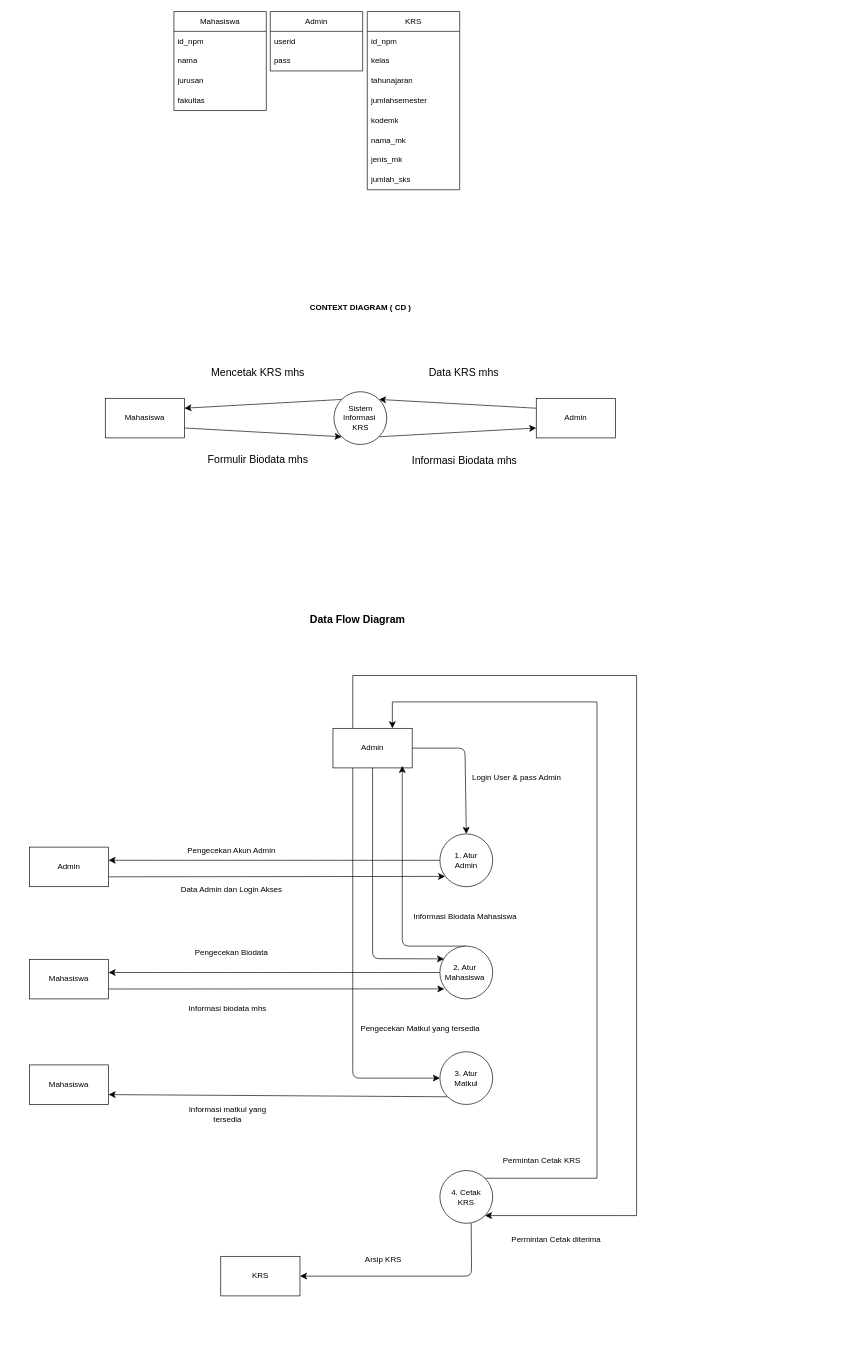
Above: page "Page-1" (1 of 2) of SDB2_Pert1.drawio in Xnaizer/Xnaizer (draw.io), before the change. Source tidied: cells renumbered, new cells numbered last; positions are measured from the earlier drawing's top-left corner, leaving out a move shared by most shapes. Both pictures are drawn from the tidied source at 66%, with x=0, y=0 at pixel (29, 11).
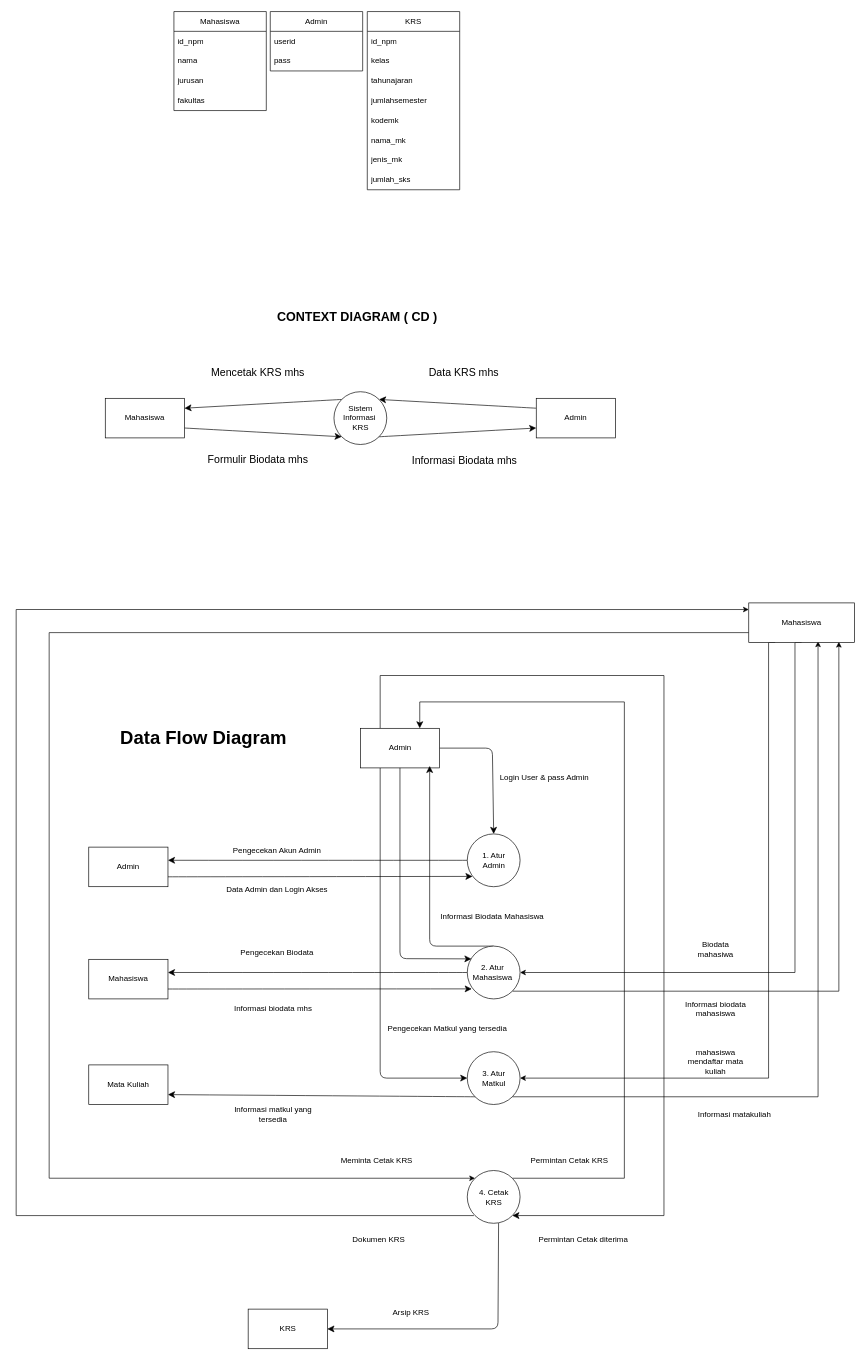
Above is the later version.

The edit, as a diff of the source:
```diff
@@
-    <mxCell id="30" value="&lt;b&gt;CONTEXT DIAGRAM ( CD )&lt;/b&gt;" style="text;html=1;align=center;verticalAlign=middle;whiteSpace=wrap;rounded=0;" parent="1" vertex="1">
-      <mxGeometry x="359.5" y="400" width="284" height="95" as="geometry" />
+    <mxCell id="30" value="&lt;b&gt;CONTEXT DIAGRAM ( CD )&lt;/b&gt;" style="text;html=1;align=center;verticalAlign=middle;whiteSpace=wrap;rounded=0;fontSize=19;" parent="1" vertex="1">
+      <mxGeometry x="354.8" y="416" width="284" height="95" as="geometry" />
     </mxCell>
-    <mxCell id="31" value="&lt;b&gt;Data Flow Diagram&lt;/b&gt;" style="text;strokeColor=none;fillColor=none;html=1;align=center;verticalAlign=middle;whiteSpace=wrap;rounded=0;fontSize=16;" parent="1" vertex="1">
-      <mxGeometry x="392.5" y="906" width="208.5" height="30" as="geometry" />
+    <mxCell id="31" value="&lt;b&gt;Data Flow Diagram&lt;/b&gt;" style="text;strokeColor=none;fillColor=none;html=1;align=center;verticalAlign=middle;whiteSpace=wrap;rounded=0;fontSize=28;" parent="1" vertex="1">
+      <mxGeometry x="110" y="1086" width="307.5" height="30" as="geometry" />
     </mxCell>
     <mxCell id="32" style="edgeStyle=none;curved=0;rounded=1;jettySize=auto;html=1;fontSize=12;startSize=8;endSize=8;entryX=0.5;entryY=0;entryDx=0;entryDy=0;" parent="1" edge="1" source="35" target="37">
       <mxGeometry relative="1" as="geometry">
         <Array as="points">
-          <mxPoint x="660" y="1116" />
+          <mxPoint x="701.5" y="1116" />
         </Array>
       </mxGeometry>
     </mxCell>
     <mxCell id="33" style="edgeStyle=none;curved=0;rounded=1;jettySize=auto;html=1;exitX=0.25;exitY=1;exitDx=0;exitDy=0;entryX=0;entryY=0.5;entryDx=0;entryDy=0;fontSize=12;startSize=8;endSize=8;" parent="1" edge="1" source="35" target="54">
       <mxGeometry relative="1" as="geometry">
         <Array as="points">
-          <mxPoint x="490" y="1616" />
+          <mxPoint x="531.5" y="1616" />
         </Array>
       </mxGeometry>
     </mxCell>
     <mxCell id="34" style="edgeStyle=orthogonalEdgeStyle;rounded=0;jettySize=auto;html=1;exitX=0.25;exitY=0;exitDx=0;exitDy=0;entryX=1;entryY=1;entryDx=0;entryDy=0;fontSize=12;startSize=8;endSize=8;" parent="1" edge="1" source="35" target="62">
       <mxGeometry relative="1" as="geometry">
         <Array as="points">
-          <mxPoint x="490" y="1006" />
-          <mxPoint x="920" y="1006" />
-          <mxPoint x="920" y="1824" />
+          <mxPoint x="531.5" y="1006" />
+          <mxPoint x="961.5" y="1006" />
+          <mxPoint x="961.5" y="1824" />
         </Array>
       </mxGeometry>
     </mxCell>
     <mxCell id="35" value="Admin" style="rounded=0;whiteSpace=wrap;html=1;" parent="1" vertex="1">
-      <mxGeometry x="460" y="1086" width="120" height="60" as="geometry" />
+      <mxGeometry x="501.5" y="1086" width="120" height="60" as="geometry" />
     </mxCell>
@@
     <mxCell id="37" style="ellipse;whiteSpace=wrap;html=1;" parent="1" vertex="1">
-      <mxGeometry x="622" y="1246" width="80" height="80" as="geometry" />
+      <mxGeometry x="663.5" y="1246" width="80" height="80" as="geometry" />
     </mxCell>
     <mxCell id="38" value="Admin" style="rounded=0;whiteSpace=wrap;html=1;" parent="1" vertex="1">
-      <mxGeometry y="1266" width="120" height="60" as="geometry" />
+      <mxGeometry x="90" y="1266" width="120" height="60" as="geometry" />
     </mxCell>
@@
     <mxCell id="40" value="Login User &amp;amp; pass Admin" style="text;html=1;align=center;verticalAlign=middle;whiteSpace=wrap;rounded=0;" parent="1" vertex="1">
-      <mxGeometry x="640" y="1146" width="196.5" height="30" as="geometry" />
+      <mxGeometry x="681.5" y="1146" width="196.5" height="30" as="geometry" />
     </mxCell>
     <mxCell id="41" value="1. Atur Admin" style="text;html=1;align=center;verticalAlign=middle;whiteSpace=wrap;rounded=0;" parent="1" vertex="1">
-      <mxGeometry x="632" y="1271" width="60" height="30" as="geometry" />
+      <mxGeometry x="673.5" y="1271" width="60" height="30" as="geometry" />
     </mxCell>
     <mxCell id="42" value="Pengecekan Akun Admin" style="text;html=1;align=center;verticalAlign=middle;whiteSpace=wrap;rounded=0;" parent="1" vertex="1">
-      <mxGeometry x="232" y="1256" width="148.5" height="30" as="geometry" />
+      <mxGeometry x="301" y="1256" width="148.5" height="30" as="geometry" />
     </mxCell>
     <mxCell id="43" value="Data Admin dan Login Akses" style="text;html=1;align=center;verticalAlign=middle;whiteSpace=wrap;rounded=0;" parent="1" vertex="1">
-      <mxGeometry x="220" y="1316" width="172.5" height="30" as="geometry" />
+      <mxGeometry x="289" y="1316" width="172.5" height="30" as="geometry" />
     </mxCell>
     <mxCell id="44" style="edgeStyle=none;curved=0;rounded=1;jettySize=auto;html=1;exitX=0.5;exitY=0;exitDx=0;exitDy=0;fontSize=12;startSize=8;endSize=8;entryX=0.875;entryY=0.95;entryDx=0;entryDy=0;entryPerimeter=0;" parent="1" edge="1" source="45" target="35">
       <mxGeometry relative="1" as="geometry">
         <Array as="points">
-          <mxPoint x="565" y="1416" />
+          <mxPoint x="606.5" y="1416" />
         </Array>
       </mxGeometry>
     </mxCell>
+    <mxCell id="68" style="edgeStyle=orthogonalEdgeStyle;rounded=0;jettySize=auto;html=1;exitX=1;exitY=1;exitDx=0;exitDy=0;entryX=0.853;entryY=0.983;entryDx=0;entryDy=0;entryPerimeter=0;" parent="1" edge="1" source="45" target="74">
+      <mxGeometry relative="1" as="geometry" />
+    </mxCell>
     <mxCell id="45" style="ellipse;whiteSpace=wrap;html=1;" parent="1" vertex="1">
-      <mxGeometry x="622" y="1416" width="80" height="80" as="geometry" />
+      <mxGeometry x="663.5" y="1416" width="80" height="80" as="geometry" />
     </mxCell>
     <mxCell id="46" value="2. Atur Mahasiswa" style="text;html=1;align=center;verticalAlign=middle;whiteSpace=wrap;rounded=0;" parent="1" vertex="1">
-      <mxGeometry x="630" y="1441" width="60" height="30" as="geometry" />
+      <mxGeometry x="671.5" y="1441" width="60" height="30" as="geometry" />
     </mxCell>
     <mxCell id="47" value="Mahasiswa" style="rounded=0;whiteSpace=wrap;html=1;" parent="1" vertex="1">
-      <mxGeometry y="1436" width="120" height="60" as="geometry" />
+      <mxGeometry x="90" y="1436" width="120" height="60" as="geometry" />
     </mxCell>
@@
     <mxCell id="50" value="Pengecekan Biodata" style="text;html=1;align=center;verticalAlign=middle;whiteSpace=wrap;rounded=0;" parent="1" vertex="1">
-      <mxGeometry x="232" y="1411" width="148.5" height="30" as="geometry" />
+      <mxGeometry x="301" y="1411" width="148.5" height="30" as="geometry" />
     </mxCell>
     <mxCell id="51" value="Informasi biodata mhs" style="text;html=1;align=center;verticalAlign=middle;whiteSpace=wrap;rounded=0;" parent="1" vertex="1">
-      <mxGeometry x="226" y="1496" width="148.5" height="30" as="geometry" />
+      <mxGeometry x="295" y="1496" width="148.5" height="30" as="geometry" />
     </mxCell>
     <mxCell id="52" style="edgeStyle=none;curved=0;rounded=1;jettySize=auto;html=1;entryX=0.079;entryY=0.242;entryDx=0;entryDy=0;entryPerimeter=0;fontSize=12;startSize=8;endSize=8;" parent="1" edge="1" source="35" target="45">
       <mxGeometry relative="1" as="geometry">
         <Array as="points">
-          <mxPoint x="520" y="1435" />
+          <mxPoint x="561.5" y="1435" />
         </Array>
       </mxGeometry>
     </mxCell>
@@
+    <mxCell id="69" style="edgeStyle=orthogonalEdgeStyle;rounded=0;jettySize=auto;html=1;exitX=1;exitY=1;exitDx=0;exitDy=0;entryX=0.656;entryY=0.971;entryDx=0;entryDy=0;entryPerimeter=0;" parent="1" edge="1" source="54" target="74">
+      <mxGeometry relative="1" as="geometry" />
+    </mxCell>
     <mxCell id="54" style="ellipse;whiteSpace=wrap;html=1;" parent="1" vertex="1">
-      <mxGeometry x="622" y="1576" width="80" height="80" as="geometry" />
+      <mxGeometry x="663.5" y="1576" width="80" height="80" as="geometry" />
     </mxCell>
     <mxCell id="55" value="3. Atur Matkul" style="text;html=1;align=center;verticalAlign=middle;whiteSpace=wrap;rounded=0;" parent="1" vertex="1">
-      <mxGeometry x="632" y="1601" width="60" height="30" as="geometry" />
+      <mxGeometry x="673.5" y="1601" width="60" height="30" as="geometry" />
     </mxCell>
-    <mxCell id="56" value="Mahasiswa" style="rounded=0;whiteSpace=wrap;html=1;" parent="1" vertex="1">
-      <mxGeometry y="1596" width="120" height="60" as="geometry" />
+    <mxCell id="56" value="Mata Kuliah" style="rounded=0;whiteSpace=wrap;html=1;" parent="1" vertex="1">
+      <mxGeometry x="90" y="1596" width="120" height="60" as="geometry" />
     </mxCell>
     <mxCell id="57" value="Informasi matkul yang tersedia" style="text;html=1;align=center;verticalAlign=middle;whiteSpace=wrap;rounded=0;" parent="1" vertex="1">
-      <mxGeometry x="226" y="1656" width="148.5" height="30" as="geometry" />
+      <mxGeometry x="295" y="1656" width="148.5" height="30" as="geometry" />
     </mxCell>
     <mxCell id="58" value="Informasi Biodata Mahasiswa" style="text;html=1;align=center;verticalAlign=middle;whiteSpace=wrap;rounded=0;" parent="1" vertex="1">
-      <mxGeometry x="561.8" y="1356" width="196.5" height="30" as="geometry" />
+      <mxGeometry x="603.2" y="1356" width="196.5" height="30" as="geometry" />
     </mxCell>
     <mxCell id="59" value="Pengecekan Matkul yang tersedia" style="text;html=1;align=center;verticalAlign=middle;whiteSpace=wrap;rounded=0;" parent="1" vertex="1">
-      <mxGeometry x="493.5" y="1526" width="196.5" height="30" as="geometry" />
+      <mxGeometry x="535" y="1526" width="196.5" height="30" as="geometry" />
     </mxCell>
     <mxCell id="60" style="edgeStyle=orthogonalEdgeStyle;rounded=0;jettySize=auto;html=1;exitX=1;exitY=0;exitDx=0;exitDy=0;entryX=0.75;entryY=0;entryDx=0;entryDy=0;fontSize=12;startSize=8;endSize=8;" parent="1" edge="1" source="62" target="35">
       <mxGeometry relative="1" as="geometry">
         <Array as="points">
-          <mxPoint x="860" y="1768" />
-          <mxPoint x="860" y="1046" />
-          <mxPoint x="550" y="1046" />
+          <mxPoint x="901.5" y="1768" />
+          <mxPoint x="901.5" y="1046" />
+          <mxPoint x="591.5" y="1046" />
         </Array>
       </mxGeometry>
     </mxCell>
     <mxCell id="61" style="edgeStyle=none;curved=0;rounded=1;jettySize=auto;html=1;entryX=1;entryY=0.5;entryDx=0;entryDy=0;fontSize=12;startSize=8;endSize=8;exitX=0.593;exitY=0.997;exitDx=0;exitDy=0;exitPerimeter=0;" parent="1" edge="1" source="62" target="66">
       <mxGeometry relative="1" as="geometry">
         <Array as="points">
-          <mxPoint x="670" y="1916" />
+          <mxPoint x="710" y="1996" />
         </Array>
       </mxGeometry>
     </mxCell>
+    <mxCell id="70" style="edgeStyle=orthogonalEdgeStyle;rounded=0;jettySize=auto;html=1;exitX=0;exitY=1;exitDx=0;exitDy=0;entryX=0;entryY=0.167;entryDx=0;entryDy=0;entryPerimeter=0;" parent="1" edge="1" target="74">
+      <mxGeometry relative="1" as="geometry">
+        <mxPoint x="673.5" y="1824.3" as="sourcePoint" />
+        <Array as="points">
+          <mxPoint x="-20" y="1824" />
+          <mxPoint x="-20" y="906" />
+        </Array>
+      </mxGeometry>
+    </mxCell>
     <mxCell id="62" style="ellipse;whiteSpace=wrap;html=1;" parent="1" vertex="1">
-      <mxGeometry x="622" y="1756" width="80" height="80" as="geometry" />
+      <mxGeometry x="663.5" y="1756" width="80" height="80" as="geometry" />
     </mxCell>
     <mxCell id="63" value="4. Cetak KRS" style="text;html=1;align=center;verticalAlign=middle;whiteSpace=wrap;rounded=0;" parent="1" vertex="1">
-      <mxGeometry x="632" y="1781" width="60" height="30" as="geometry" />
+      <mxGeometry x="673.5" y="1781" width="60" height="30" as="geometry" />
     </mxCell>
     <mxCell id="64" value="Permintan Cetak diterima" style="text;html=1;align=center;verticalAlign=middle;whiteSpace=wrap;rounded=0;" parent="1" vertex="1">
-      <mxGeometry x="723.8" y="1846" width="148.5" height="30" as="geometry" />
+      <mxGeometry x="765.2" y="1846" width="148.5" height="30" as="geometry" />
     </mxCell>
     <mxCell id="65" value="Permintan Cetak KRS" style="text;html=1;align=center;verticalAlign=middle;whiteSpace=wrap;rounded=0;" parent="1" vertex="1">
-      <mxGeometry x="702" y="1726" width="148.5" height="30" as="geometry" />
+      <mxGeometry x="743.5" y="1726" width="148.5" height="30" as="geometry" />
     </mxCell>
     <mxCell id="66" value="KRS" style="rounded=0;whiteSpace=wrap;html=1;" parent="1" vertex="1">
-      <mxGeometry x="290" y="1886" width="120" height="60" as="geometry" />
+      <mxGeometry x="331.5" y="1966" width="120" height="60" as="geometry" />
     </mxCell>
     <mxCell id="67" value="Arsip KRS" style="text;html=1;align=center;verticalAlign=middle;whiteSpace=wrap;rounded=0;" parent="1" vertex="1">
-      <mxGeometry x="461.5" y="1876" width="148.5" height="30" as="geometry" />
+      <mxGeometry x="503.5" y="1956" width="148.5" height="30" as="geometry" />
     </mxCell>
+    <mxCell id="71" style="edgeStyle=orthogonalEdgeStyle;rounded=0;jettySize=auto;html=1;exitX=0;exitY=0.75;exitDx=0;exitDy=0;entryX=0;entryY=0;entryDx=0;entryDy=0;" parent="1" edge="1" source="74" target="62">
+      <mxGeometry relative="1" as="geometry">
+        <Array as="points">
+          <mxPoint x="30" y="941" />
+          <mxPoint x="30" y="1768" />
+        </Array>
+      </mxGeometry>
+    </mxCell>
+    <mxCell id="72" style="edgeStyle=orthogonalEdgeStyle;rounded=0;jettySize=auto;html=1;exitX=0.5;exitY=1;exitDx=0;exitDy=0;entryX=1;entryY=0.5;entryDx=0;entryDy=0;" parent="1" edge="1" source="74" target="45">
+      <mxGeometry relative="1" as="geometry">
+        <Array as="points">
+          <mxPoint x="1160" y="956" />
+          <mxPoint x="1160" y="1456" />
+        </Array>
+      </mxGeometry>
+    </mxCell>
+    <mxCell id="73" style="edgeStyle=orthogonalEdgeStyle;rounded=0;jettySize=auto;html=1;exitX=0.25;exitY=1;exitDx=0;exitDy=0;entryX=1;entryY=0.5;entryDx=0;entryDy=0;" parent="1" edge="1" source="74" target="54">
+      <mxGeometry relative="1" as="geometry">
+        <Array as="points">
+          <mxPoint x="1120" y="956" />
+          <mxPoint x="1120" y="1616" />
+        </Array>
+      </mxGeometry>
+    </mxCell>
+    <mxCell id="74" value="Mahasiswa" style="rounded=0;whiteSpace=wrap;html=1;" parent="1" vertex="1">
+      <mxGeometry x="1090" y="896" width="160" height="60" as="geometry" />
+    </mxCell>
+    <mxCell id="75" value="Meminta Cetak KRS" style="text;html=1;align=center;verticalAlign=middle;whiteSpace=wrap;rounded=0;" parent="1" vertex="1">
+      <mxGeometry x="451.5" y="1726" width="148.5" height="30" as="geometry" />
+    </mxCell>
+    <mxCell id="76" value="Dokumen KRS" style="text;html=1;align=center;verticalAlign=middle;whiteSpace=wrap;rounded=0;" parent="1" vertex="1">
+      <mxGeometry x="454.8" y="1846" width="148.5" height="30" as="geometry" />
+    </mxCell>
+    <mxCell id="77" value="Informasi matakuliah" style="text;html=1;align=center;verticalAlign=middle;whiteSpace=wrap;rounded=0;" parent="1" vertex="1">
+      <mxGeometry x="970" y="1656" width="196.5" height="30" as="geometry" />
+    </mxCell>
+    <mxCell id="78" value="mahasiswa mendaftar mata kuliah" style="text;html=1;align=center;verticalAlign=middle;whiteSpace=wrap;rounded=0;" parent="1" vertex="1">
+      <mxGeometry x="990" y="1576" width="100" height="30" as="geometry" />
+    </mxCell>
+    <mxCell id="79" value="Biodata mahasiwa" style="text;html=1;align=center;verticalAlign=middle;whiteSpace=wrap;rounded=0;" parent="1" vertex="1">
+      <mxGeometry x="990" y="1406" width="100" height="30" as="geometry" />
+    </mxCell>
+    <mxCell id="80" value="Informasi biodata mahasiswa" style="text;html=1;align=center;verticalAlign=middle;whiteSpace=wrap;rounded=0;" parent="1" vertex="1">
+      <mxGeometry x="990" y="1496" width="100" height="30" as="geometry" />
+    </mxCell>
```
